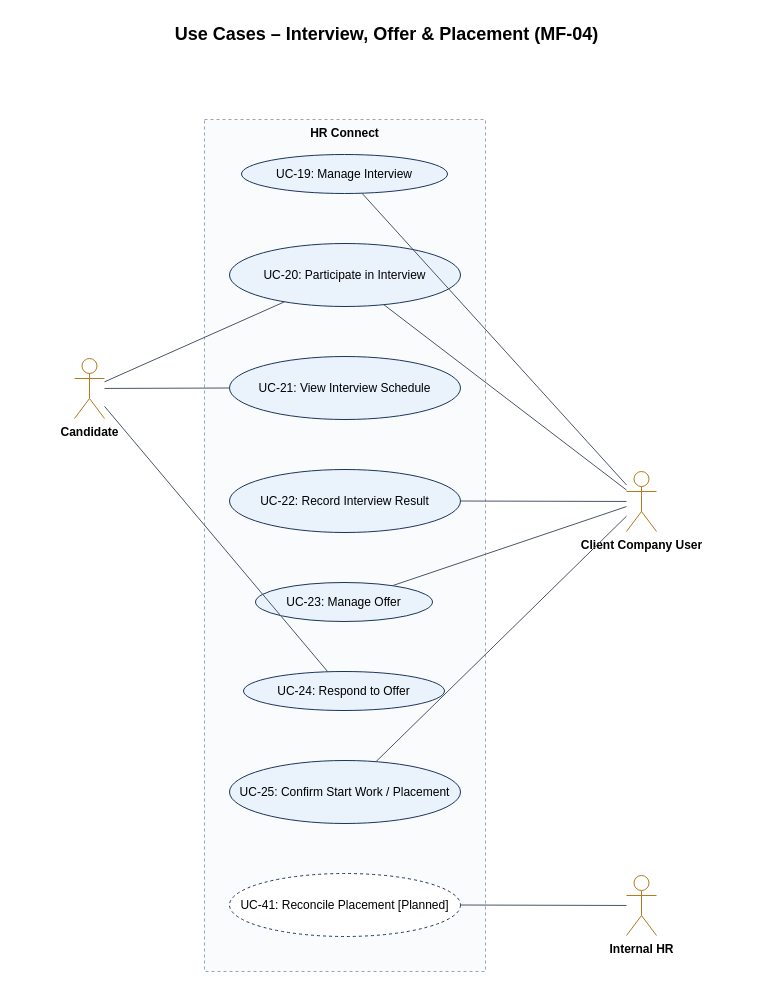
This is docs/diagrams/use-cases/source/uc-05-interview-offer-mf04.drawio from hoangqui794/hr-connect, a draw.io file, before an edit. Source tidied: cells renumbered, new cells numbered last; positions are measured from the earlier drawing's top-left corner, leaving out a move shared by most shapes. Both pictures are drawn from the tidied source at 100%, with x=0, y=0 at pixel (17, 17).
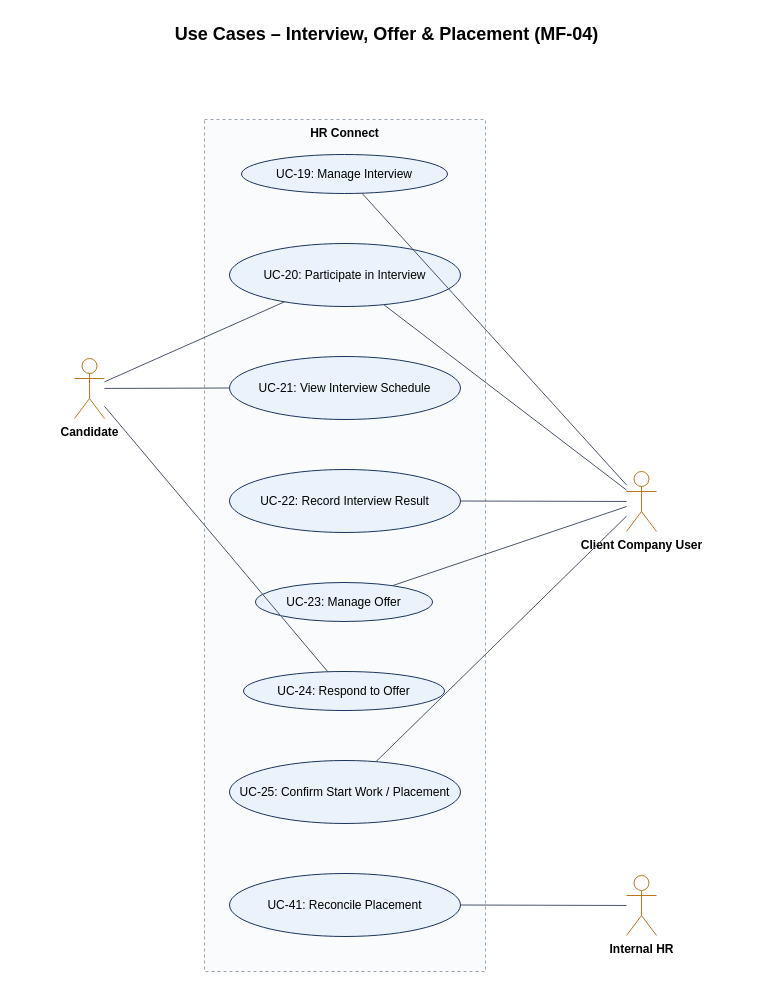
The same diagram, later.

Diff of the diagram source:
```diff
@@
-    <mxCell id="12" value="UC-41: Reconcile Placement [Planned]" style="ellipse;whiteSpace=wrap;html=1;fillColor=#EAF2FB;strokeColor=#1B365D;dashed=1;fillColor=#FFFFFF;" parent="1" vertex="1">
+    <mxCell id="12" value="UC-41: Reconcile Placement" style="ellipse;whiteSpace=wrap;html=1;fillColor=#EAF2FB;strokeColor=#1B365D;" parent="1" vertex="1">
       <mxGeometry x="212" y="856" width="231" height="63" as="geometry" />
     </mxCell>
```
